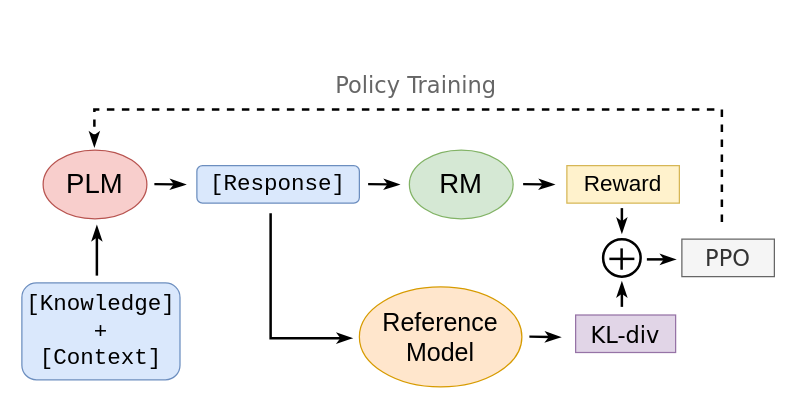
This is figs/rl.drawio from AmourWaltz/FactDial, a draw.io file, before an edit. Source tidied: cells renumbered, new cells numbered last; positions are measured from the earlier drawing's top-left corner, leaving out a move shared by most shapes. Both pictures are drawn from the tidied source at 125%, with x=0, y=0 at pixel (21, 59).
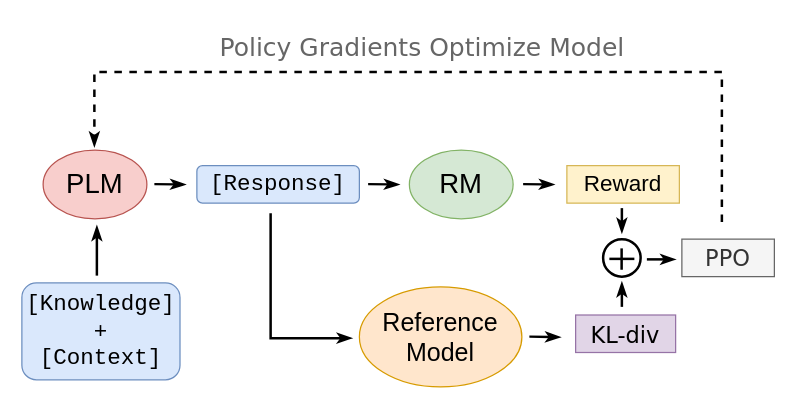
After the change.

What changed in the source:
```diff
@@
     <mxCell id="15" style="endArrow=classicThin;html=1;rounded=0;strokeWidth=2;fontFamily=Verdana;fontStyle=0;endFill=1;edgeStyle=orthogonalEdgeStyle;dashed=1;" parent="1" edge="1">
       <mxGeometry relative="1" as="geometry">
         <mxPoint x="560" y="130" as="sourcePoint" />
         <mxPoint x="58" y="70" as="targetPoint" />
         <Array as="points">
-          <mxPoint x="560" y="40" />
-          <mxPoint x="58" y="40" />
+          <mxPoint x="560" y="10" />
+          <mxPoint x="58" y="10" />
         </Array>
       </mxGeometry>
     </mxCell>
@@
-    <mxCell id="22" value="&lt;font color=&quot;#666666&quot; style=&quot;font-size: 18px;&quot;&gt;Policy Training&lt;/font&gt;" style="text;html=1;align=center;verticalAlign=middle;strokeColor=none;fillColor=none;fontFamily=Verdana;fontStyle=0;" parent="1" vertex="1">
-      <mxGeometry x="240" width="150" height="40" as="geometry" />
+    <mxCell id="22" value="&lt;font color=&quot;#666666&quot; style=&quot;font-size: 20px;&quot;&gt;Policy Gradients Optimize Model&lt;/font&gt;" style="text;html=1;align=center;verticalAlign=middle;strokeColor=none;fillColor=none;fontFamily=Verdana;fontStyle=0;" parent="1" vertex="1">
+      <mxGeometry x="145" y="-30" width="350" height="40" as="geometry" />
     </mxCell>
```
